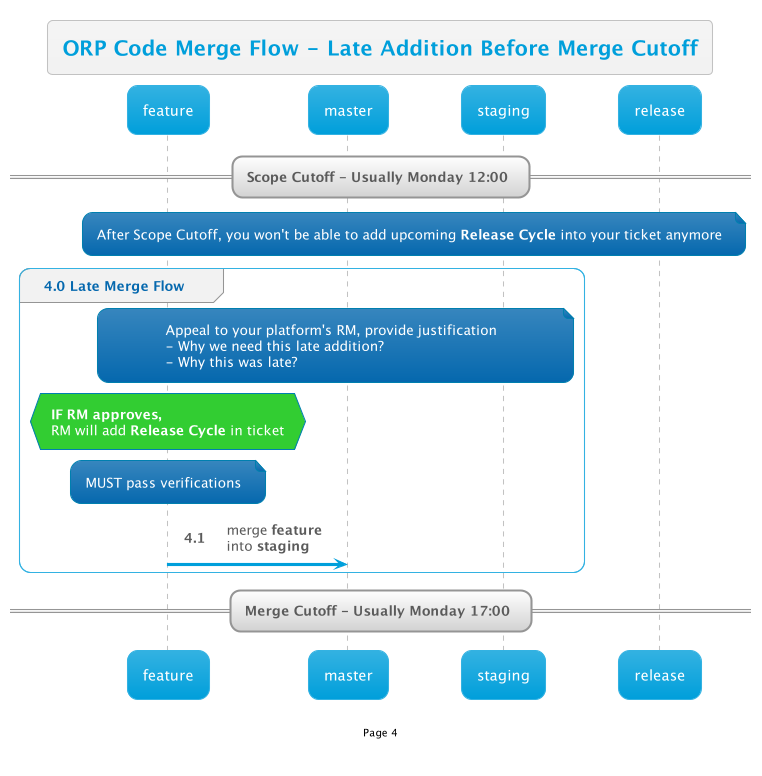
This is out/RegularRelease/CodeMergeFlow/4/4.png from thetomitomo/diagrams, a PlantUML export, as it was before one commit.
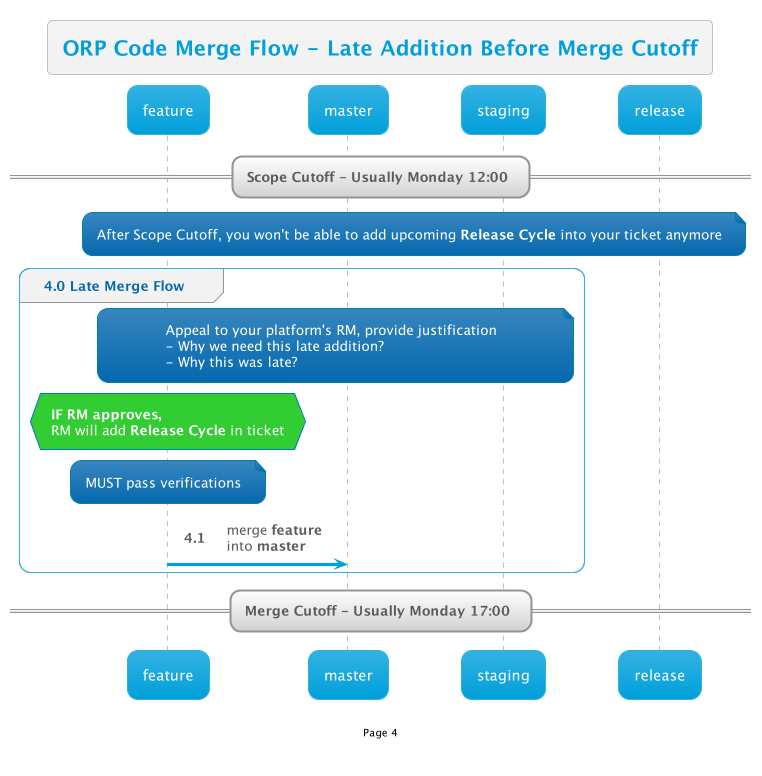
The same diagram one commit later.

The edit, as a diff of the source:
```diff
@@ -14,7 +14,7 @@
 
     note over feature: MUST pass verifications
 
-    feature -> master: merge <b>feature</b>\ninto <b>staging</b>
+    feature -> master: merge <b>feature</b>\ninto <b>master</b>
 end
 
 == Merge Cutoff - Usually Monday 17:00 ==
```
